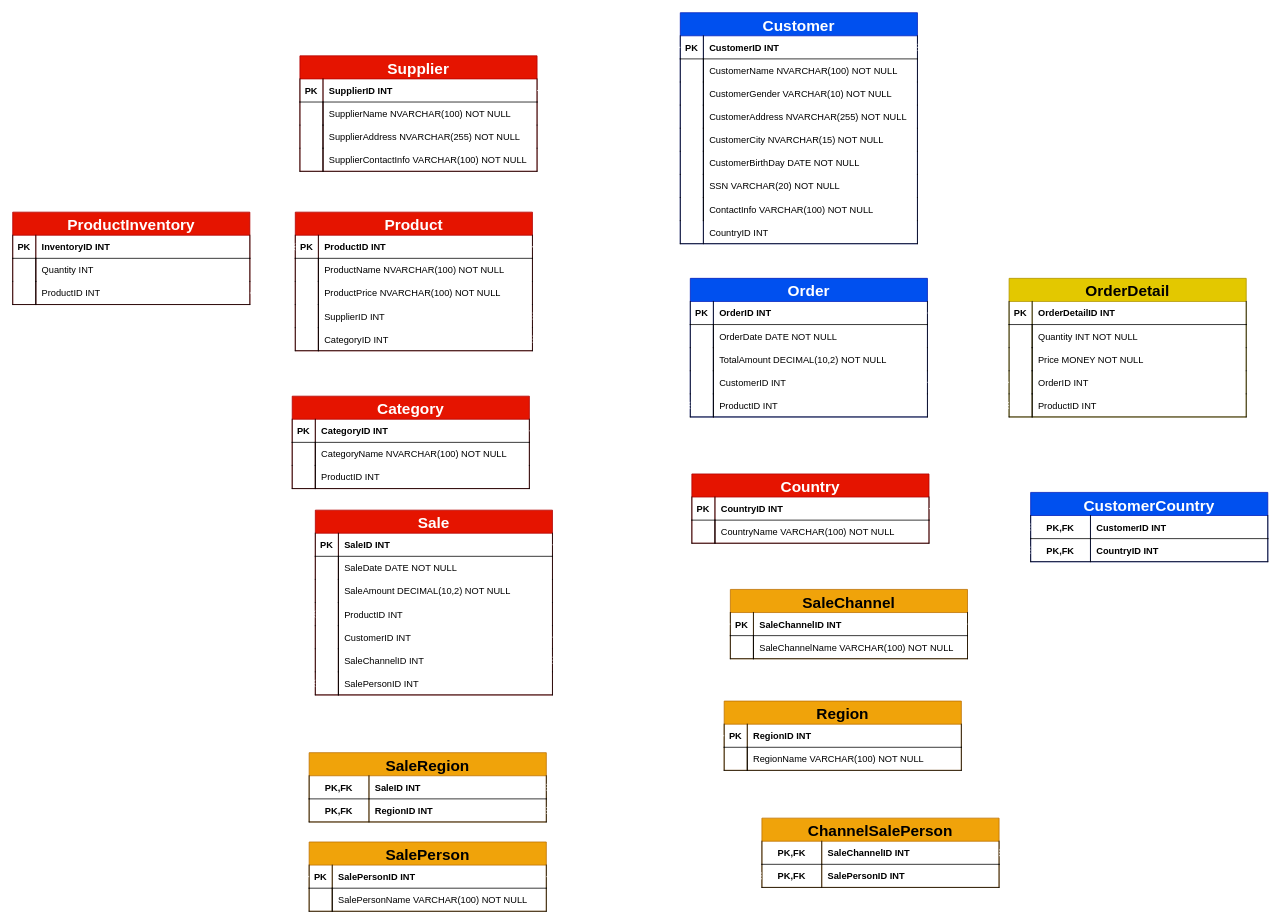
Earlier version of the draw.io diagram 04DrawIO/Sales.drawio (KristoferFangrat/ExamAssignment). Source tidied: cells renumbered, new cells numbered last; positions are measured from the earlier drawing's top-left corner, leaving out a move shared by most shapes. Both pictures are drawn from the tidied source at 77%, with x=0, y=0 at pixel (12, 12).
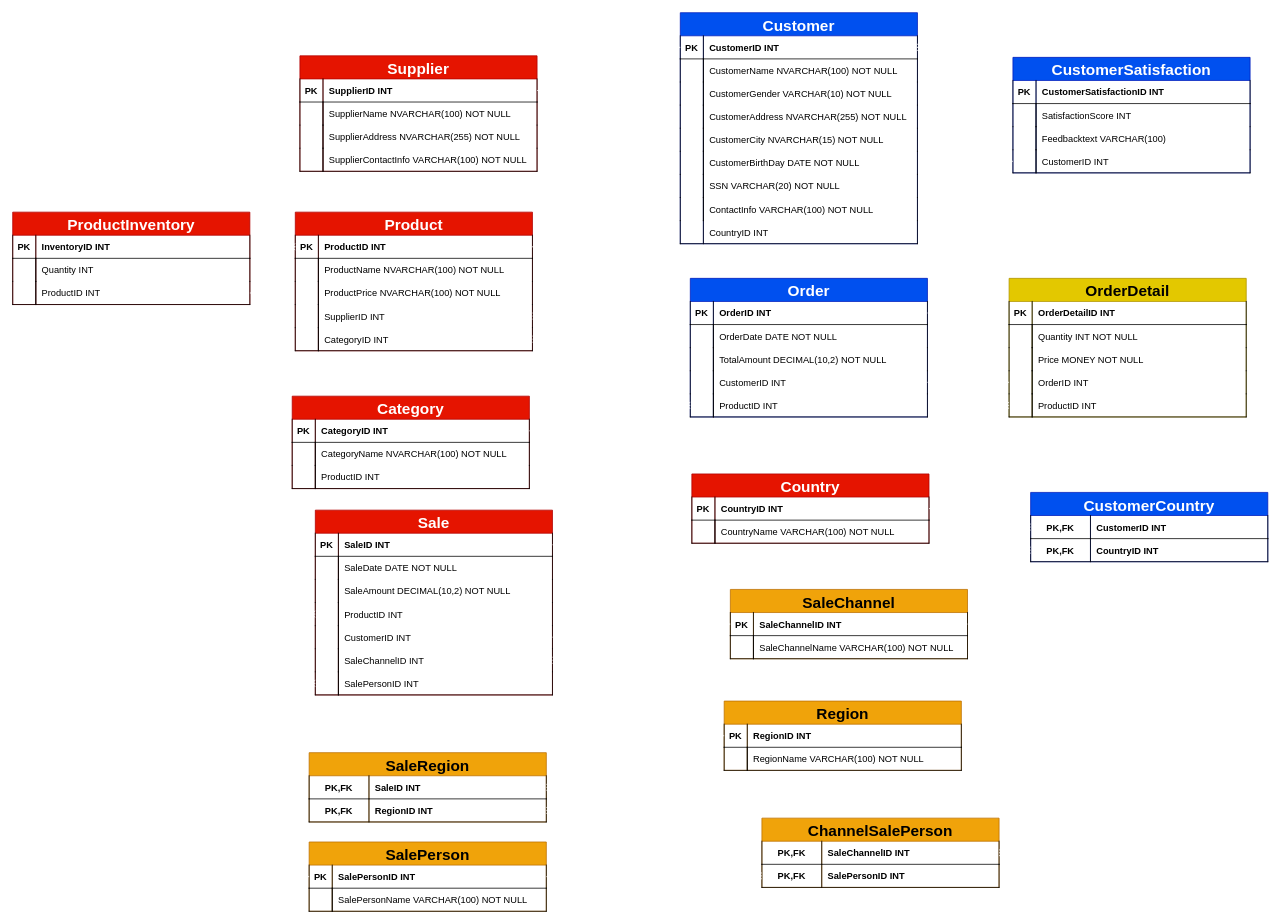
After the change.

The change refers to these unchanged cells:
```xml
<mxCell id="3" style="shape=tableRow;horizontal=0;startSize=0;swimlaneHead=0;swimlaneBody=0;fillColor=none;points=[[0,0.5],[1,0.5]];portConstraint=eastwest;top=0;left=0;right=0;bottom=1;sketch=0;hachureGap=4;jiggle=2;curveFitting=1;fontFamily=Architects Daughter;fontSize=20;" parent="2" vertex="1">
  <mxGeometry y="30" width="308" height="30" as="geometry" />
</mxCell>
```

Diff of the diagram source:
```diff
@@
+    <mxCell id="199" value="CustomerSatisfaction" style="shape=table;startSize=30;childLayout=tableLayout;rowLines=0;fontStyle=1;align=center;sketch=0;hachureGap=4;jiggle=2;curveFitting=1;fontFamily=Helvetica;fontSize=20;swimlaneLine=1;rounded=0;fillColor=#0050ef;fontColor=#ffffff;strokeColor=#001DBC;" parent="1" vertex="1">
+      <mxGeometry x="1299" y="58" width="308" height="150" as="geometry" />
+    </mxCell>
+    <mxCell id="200" style="shape=tableRow;horizontal=0;startSize=0;swimlaneHead=0;swimlaneBody=0;fillColor=none;top=0;left=0;right=0;bottom=1;sketch=0;hachureGap=4;jiggle=2;curveFitting=1;fontFamily=Architects Daughter;fontSize=20;" parent="199" vertex="1">
+      <mxGeometry y="30" width="308" height="30" as="geometry" />
+    </mxCell>
+    <mxCell id="201" value="PK" style="shape=partialRectangle;fillColor=none;top=0;left=1;bottom=0;right=0;fontStyle=1;overflow=hidden;sketch=0;hachureGap=4;jiggle=2;curveFitting=1;fontFamily=Helvetica;fontSize=12;" parent="200" vertex="1">
+      <mxGeometry width="30" height="30" as="geometry" />
+    </mxCell>
+    <mxCell id="202" value="CustomerSatisfactionID INT" style="shape=partialRectangle;fillColor=none;top=0;left=1;bottom=0;right=1;align=left;spacingLeft=6;fontStyle=1;overflow=hidden;sketch=0;hachureGap=4;jiggle=2;curveFitting=1;fontFamily=Helvetica;fontSize=12;" parent="200" vertex="1">
+      <mxGeometry x="30" width="278" height="30" as="geometry" />
+    </mxCell>
+    <mxCell id="203" style="shape=tableRow;horizontal=0;startSize=0;swimlaneHead=0;swimlaneBody=0;fillColor=none;top=0;left=0;right=0;bottom=0;sketch=0;hachureGap=4;jiggle=2;curveFitting=1;fontFamily=Architects Daughter;fontSize=20;" parent="199" vertex="1">
+      <mxGeometry y="60" width="308" height="30" as="geometry" />
+    </mxCell>
+    <mxCell id="204" style="shape=partialRectangle;fillColor=none;top=0;left=1;bottom=0;right=1;overflow=hidden;sketch=0;hachureGap=4;jiggle=2;curveFitting=1;fontFamily=Helvetica;fontSize=20;" parent="203" vertex="1">
+      <mxGeometry width="30" height="30" as="geometry" />
+    </mxCell>
+    <mxCell id="205" value="SatisfactionScore INT" style="shape=partialRectangle;fillColor=none;top=0;left=1;bottom=0;right=1;align=left;spacingLeft=6;overflow=hidden;sketch=0;hachureGap=4;jiggle=2;curveFitting=1;fontFamily=Helvetica;fontSize=12;" parent="203" vertex="1">
+      <mxGeometry x="30" width="278" height="30" as="geometry" />
+    </mxCell>
+    <mxCell id="206" style="shape=tableRow;horizontal=0;startSize=0;swimlaneHead=0;swimlaneBody=0;fillColor=none;top=0;left=0;right=0;bottom=0;sketch=0;hachureGap=4;jiggle=2;curveFitting=1;fontFamily=Architects Daughter;fontSize=20;" parent="199" vertex="1">
+      <mxGeometry y="90" width="308" height="30" as="geometry" />
+    </mxCell>
+    <mxCell id="207" style="shape=partialRectangle;fillColor=none;top=0;left=1;bottom=0;right=1;overflow=hidden;sketch=0;hachureGap=4;jiggle=2;curveFitting=1;fontFamily=Helvetica;fontSize=20;" parent="206" vertex="1">
+      <mxGeometry width="30" height="30" as="geometry" />
+    </mxCell>
+    <mxCell id="208" value="Feedbacktext VARCHAR(100)" style="shape=partialRectangle;fillColor=none;top=0;left=1;bottom=0;right=1;align=left;spacingLeft=6;overflow=hidden;sketch=0;hachureGap=4;jiggle=2;curveFitting=1;fontFamily=Helvetica;fontSize=12;" parent="206" vertex="1">
+      <mxGeometry x="30" width="278" height="30" as="geometry" />
+    </mxCell>
+    <mxCell id="209" style="shape=tableRow;horizontal=0;startSize=0;swimlaneHead=0;swimlaneBody=0;fillColor=none;points=[[0,0.5],[1,0.5]];portConstraint=eastwest;top=0;left=0;right=0;bottom=1;sketch=0;hachureGap=4;jiggle=2;curveFitting=1;fontFamily=Architects Daughter;fontSize=20;" parent="199" vertex="1">
+      <mxGeometry y="120" width="308" height="30" as="geometry" />
+    </mxCell>
+    <mxCell id="210" style="shape=partialRectangle;fillColor=none;top=0;left=1;bottom=0;right=1;overflow=hidden;sketch=0;hachureGap=4;jiggle=2;curveFitting=1;fontFamily=Helvetica;fontSize=20;" parent="209" vertex="1">
+      <mxGeometry width="30" height="30" as="geometry" />
+    </mxCell>
+    <mxCell id="211" value="CustomerID INT" style="shape=partialRectangle;fillColor=none;top=0;left=1;bottom=0;right=1;align=left;spacingLeft=6;overflow=hidden;sketch=0;hachureGap=4;jiggle=2;curveFitting=1;fontFamily=Helvetica;fontSize=12;" parent="209" vertex="1">
+      <mxGeometry x="30" width="278" height="30" as="geometry" />
+    </mxCell>
+    <mxCell id="212" style="edgeStyle=orthogonalEdgeStyle;shape=connector;rounded=0;sketch=0;hachureGap=4;jiggle=2;curveFitting=1;html=1;exitX=0;exitY=0.5;exitDx=0;exitDy=0;labelBackgroundColor=default;strokeColor=#FFFFFF;fontFamily=Architects Daughter;fontSize=12;fontColor=default;startArrow=ERone;startFill=0;endArrow=ERoneToMany;endFill=0;" parent="1" edge="1" source="209" target="3">
+      <mxGeometry relative="1" as="geometry" />
+    </mxCell>
```
